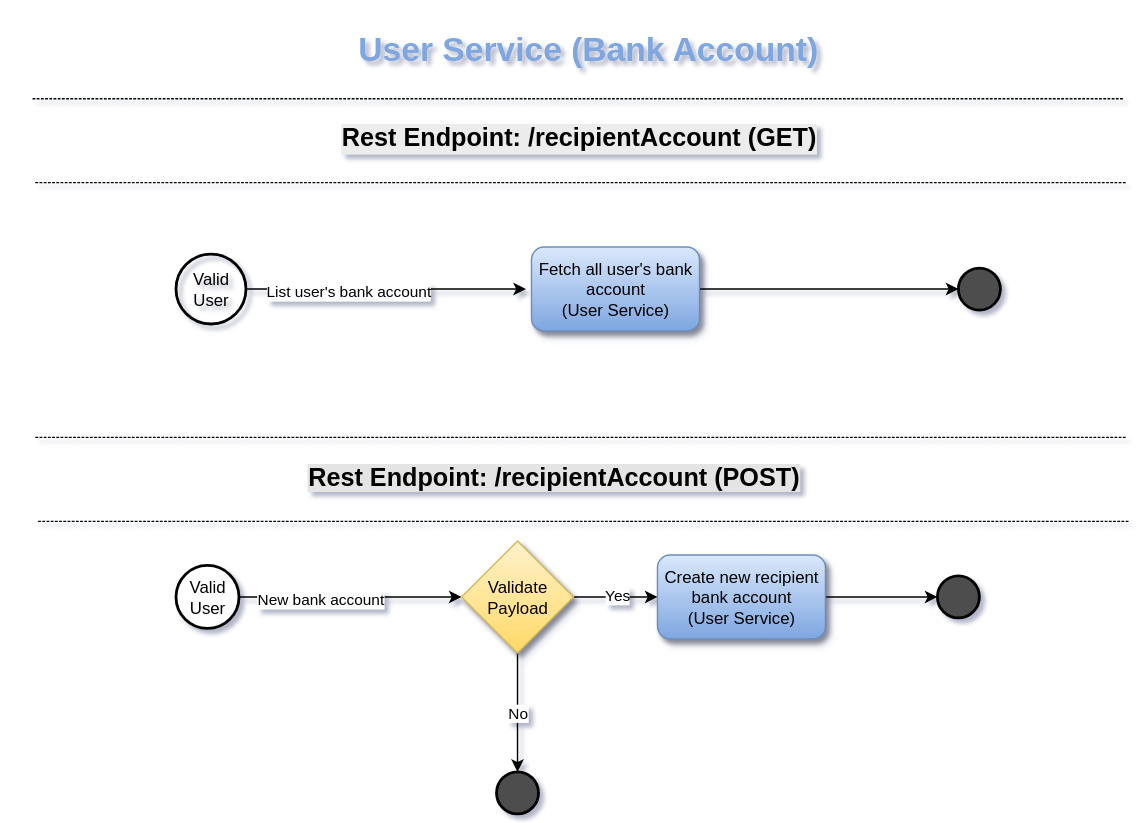
sabrinamidori/wallet keeps this draw.io diagram as docs/ontop_assessment-Recipient Account FlowChart.drawio.svg. Above is the earlier version. Source tidied: cells renumbered, new cells last; positions are measured from the earlier drawing's top-left corner, leaving out a move shared by most shapes. Its diagram source:
```xml
<mxGraphModel>
  <root>
    <mxCell id="0" />
    <mxCell id="1" parent="0" />
    <mxCell id="2" style="edgeStyle=orthogonalEdgeStyle;rounded=0;jettySize=auto;html=1;exitX=1;exitY=0.5;exitDx=0;exitDy=0;exitPerimeter=0;entryX=0;entryY=0.5;entryDx=0;entryDy=0;" parent="1" edge="1" source="4" target="10">
      <mxGeometry relative="1" as="geometry" />
    </mxCell>
    <mxCell id="3" value="New bank account" style="edgeLabel;html=1;align=center;verticalAlign=middle;" parent="2" vertex="1">
      <mxGeometry x="-0.29" y="-1" relative="1" as="geometry" />
    </mxCell>
    <mxCell id="4" value="Valid User" style="strokeWidth=2;html=1;shape=mxgraph.flowchart.start_2;whiteSpace=wrap;" parent="1" vertex="1">
      <mxGeometry x="125" y="403.5" width="45" height="45" as="geometry" />
    </mxCell>
    <mxCell id="5" style="edgeStyle=orthogonalEdgeStyle;rounded=0;jettySize=auto;html=1;exitX=1;exitY=0.5;exitDx=0;exitDy=0;entryX=0;entryY=0.5;entryDx=0;entryDy=0;" parent="1" edge="1" source="6">
      <mxGeometry relative="1" as="geometry">
        <mxPoint x="669" y="426" as="targetPoint" />
      </mxGeometry>
    </mxCell>
    <mxCell id="6" value="Create new recipient bank account&lt;br&gt;(User Service)" style="rounded=1;whiteSpace=wrap;html=1;shadow=1;fillColor=#dae8fc;gradientColor=#7ea6e0;strokeColor=#6c8ebf;" parent="1" vertex="1">
      <mxGeometry x="469" y="396" width="120" height="60" as="geometry" />
    </mxCell>
    <mxCell id="7" style="edgeStyle=orthogonalEdgeStyle;rounded=0;jettySize=auto;html=1;exitX=1;exitY=0.5;exitDx=0;exitDy=0;entryX=0;entryY=0.5;entryDx=0;entryDy=0;" parent="1" edge="1" source="10" target="6">
      <mxGeometry relative="1" as="geometry" />
    </mxCell>
    <mxCell id="8" value="Yes" style="edgeLabel;html=1;align=center;verticalAlign=middle;" parent="7" vertex="1">
      <mxGeometry y="2" relative="1" as="geometry" />
    </mxCell>
    <mxCell id="9" value="No" style="edgeStyle=orthogonalEdgeStyle;rounded=0;jettySize=auto;html=1;exitX=0.5;exitY=1;exitDx=0;exitDy=0;entryX=0.5;entryY=0;entryDx=0;entryDy=0;entryPerimeter=0;" parent="1" edge="1" source="10" target="11">
      <mxGeometry relative="1" as="geometry" />
    </mxCell>
    <mxCell id="10" value="Validate Payload" style="rhombus;whiteSpace=wrap;html=1;fillColor=#fff2cc;gradientColor=#ffd966;strokeColor=#d6b656;shadow=1;" parent="1" vertex="1">
      <mxGeometry x="329" y="386" width="80" height="80" as="geometry" />
    </mxCell>
    <mxCell id="11" style="strokeWidth=2;html=1;shape=mxgraph.flowchart.start_2;whiteSpace=wrap;fillColor=#4D4D4D;" parent="1" vertex="1">
      <mxGeometry x="354" y="551" width="30" height="30" as="geometry" />
    </mxCell>
    <mxCell id="12" style="strokeWidth=2;html=1;shape=mxgraph.flowchart.start_2;whiteSpace=wrap;fillColor=#4D4D4D;" parent="1" vertex="1">
      <mxGeometry x="669" y="411" width="30" height="30" as="geometry" />
    </mxCell>
    <mxCell id="13" value="&lt;h2&gt;&lt;b style=&quot;background-color: rgb(228, 228, 228);&quot;&gt;Rest Endpoint: /recipientAccount (POST)&lt;/b&gt;&lt;/h2&gt;" style="text;html=1;align=center;verticalAlign=middle;whiteSpace=wrap;rounded=0;" parent="1" vertex="1">
      <mxGeometry y="326" width="790" height="30" as="geometry" />
    </mxCell>
    <mxCell id="14" style="edgeStyle=orthogonalEdgeStyle;rounded=0;jettySize=auto;html=1;exitX=1;exitY=0.5;exitDx=0;exitDy=0;exitPerimeter=0;" parent="1" edge="1" source="16">
      <mxGeometry relative="1" as="geometry">
        <mxPoint x="375" y="206" as="targetPoint" />
      </mxGeometry>
    </mxCell>
    <mxCell id="15" value="List user's bank account" style="edgeLabel;html=1;align=center;verticalAlign=middle;" parent="14" vertex="1">
      <mxGeometry x="-0.29" y="-1" relative="1" as="geometry" />
    </mxCell>
    <mxCell id="16" value="Valid User" style="strokeWidth=2;html=1;shape=mxgraph.flowchart.start_2;whiteSpace=wrap;fillColor=none;" parent="1" vertex="1">
      <mxGeometry x="125" y="181" width="50" height="50" as="geometry" />
    </mxCell>
    <mxCell id="17" style="edgeStyle=orthogonalEdgeStyle;rounded=0;jettySize=auto;html=1;exitX=1;exitY=0.5;exitDx=0;exitDy=0;entryX=0;entryY=0.5;entryDx=0;entryDy=0;" parent="1" edge="1" source="18">
      <mxGeometry relative="1" as="geometry">
        <mxPoint x="684" y="206" as="targetPoint" />
      </mxGeometry>
    </mxCell>
    <mxCell id="18" value="Fetch all user's bank account&lt;br&gt;(User Service)" style="rounded=1;whiteSpace=wrap;html=1;shadow=1;fillColor=#dae8fc;gradientColor=#7ea6e0;strokeColor=#6c8ebf;" parent="1" vertex="1">
      <mxGeometry x="379" y="176" width="120" height="60" as="geometry" />
    </mxCell>
    <mxCell id="19" style="strokeWidth=2;html=1;shape=mxgraph.flowchart.start_2;whiteSpace=wrap;fillColor=#4D4D4D;" parent="1" vertex="1">
      <mxGeometry x="684" y="191" width="30" height="30" as="geometry" />
    </mxCell>
    <mxCell id="20" value="&lt;h2 style=&quot;forced-color-adjust: none; color: rgb(0, 0, 0); font-family: Helvetica; font-style: normal; font-variant-ligatures: normal; font-variant-caps: normal; letter-spacing: normal; orphans: 2; text-indent: 0px; text-transform: none; widows: 2; word-spacing: 0px; -webkit-text-stroke-width: 0px; white-space: normal; background-color: rgb(236, 236, 236); text-decoration-thickness: initial; text-decoration-style: initial; text-decoration-color: initial;&quot;&gt;&lt;b style=&quot;forced-color-adjust: none;&quot;&gt;Rest Endpoint: /recipientAccount (GET)&lt;/b&gt;&lt;/h2&gt;" style="text;whiteSpace=wrap;html=1;align=center;" parent="1" vertex="1">
      <mxGeometry x="13" y="66" width="800" height="70" as="geometry" />
    </mxCell>
    <mxCell id="21" value="&lt;h1&gt;User Service (Bank Account)&lt;/h1&gt;" style="text;html=1;align=center;verticalAlign=middle;strokeColor=none;fillColor=none;fontColor=#7EA6E0;" parent="1" vertex="1">
      <mxGeometry x="244" width="350" height="70" as="geometry" />
    </mxCell>
    <mxCell id="22" style="shape=partialRectangle;whiteSpace=wrap;html=1;left=0;right=0;fillColor=none;dashed=1;dashPattern=1 2;" parent="1" vertex="1">
      <mxGeometry x="25" y="312" width="780" height="60" as="geometry" />
    </mxCell>
    <mxCell id="23" style="shape=partialRectangle;whiteSpace=wrap;html=1;left=0;right=0;fillColor=none;dashed=1;dashPattern=1 2;" parent="1" vertex="1">
      <mxGeometry x="23" y="70" width="780" height="60" as="geometry" />
    </mxCell>
  </root>
</mxGraphModel>
```
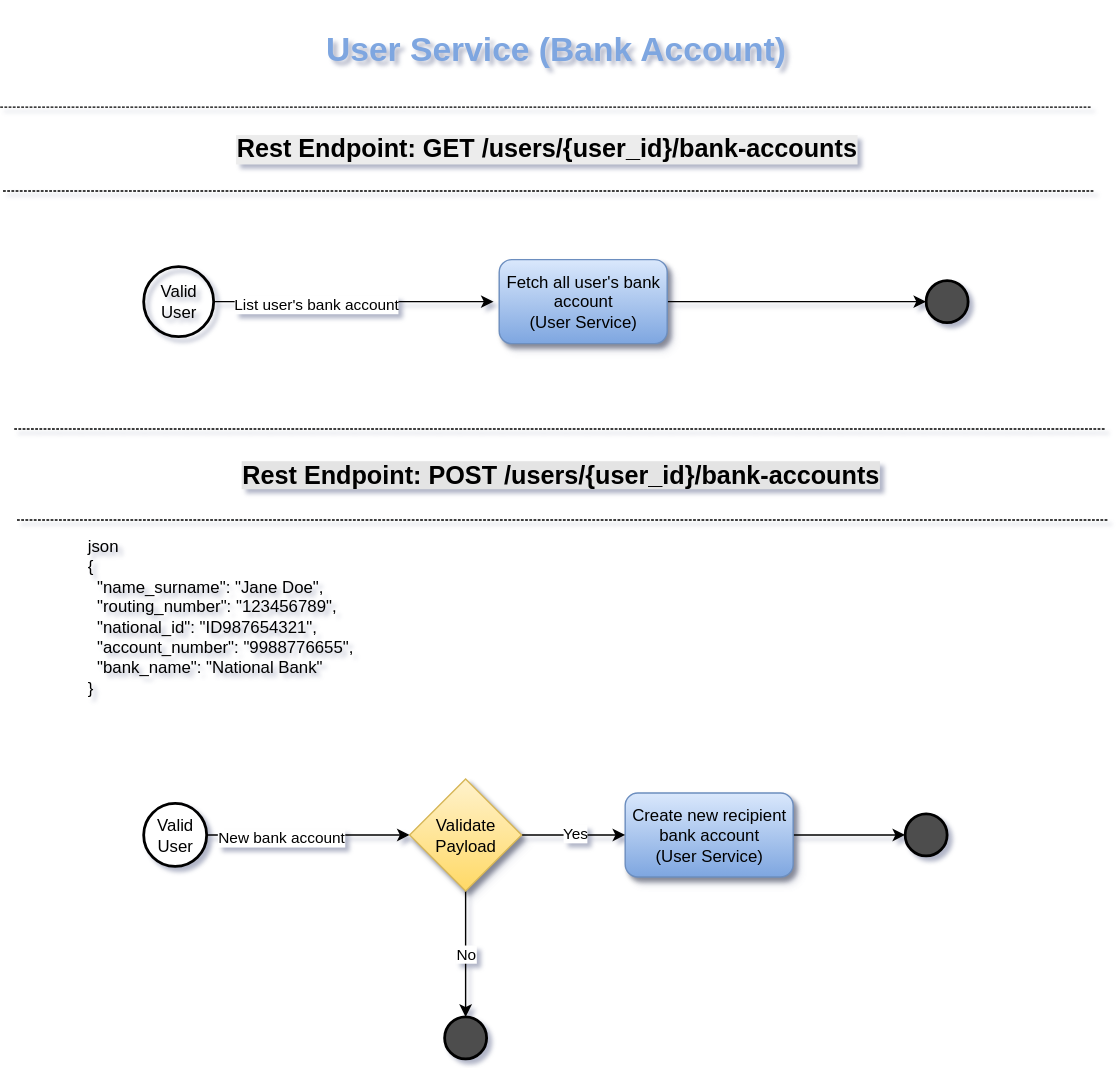
The same diagram one commit later.

The edit, as a diff of the source:
```diff
@@ -9,15 +9,15 @@
       <mxGeometry x="-0.29" y="-1" relative="1" as="geometry" />
     </mxCell>
     <mxCell id="4" value="Valid User" style="strokeWidth=2;html=1;shape=mxgraph.flowchart.start_2;whiteSpace=wrap;" parent="1" vertex="1">
-      <mxGeometry x="125" y="403.5" width="45" height="45" as="geometry" />
+      <mxGeometry x="125" y="233.5" width="45" height="45" as="geometry" />
     </mxCell>
     <mxCell id="5" style="edgeStyle=orthogonalEdgeStyle;rounded=0;jettySize=auto;html=1;exitX=1;exitY=0.5;exitDx=0;exitDy=0;entryX=0;entryY=0.5;entryDx=0;entryDy=0;" parent="1" edge="1" source="6">
       <mxGeometry relative="1" as="geometry">
-        <mxPoint x="669" y="426" as="targetPoint" />
+        <mxPoint x="669" y="256" as="targetPoint" />
       </mxGeometry>
     </mxCell>
     <mxCell id="6" value="Create new recipient bank account&lt;br&gt;(User Service)" style="rounded=1;whiteSpace=wrap;html=1;shadow=1;fillColor=#dae8fc;gradientColor=#7ea6e0;strokeColor=#6c8ebf;" parent="1" vertex="1">
-      <mxGeometry x="469" y="396" width="120" height="60" as="geometry" />
+      <mxGeometry x="469" y="226" width="120" height="60" as="geometry" />
     </mxCell>
     <mxCell id="7" style="edgeStyle=orthogonalEdgeStyle;rounded=0;jettySize=auto;html=1;exitX=1;exitY=0.5;exitDx=0;exitDy=0;entryX=0;entryY=0.5;entryDx=0;entryDy=0;" parent="1" edge="1" source="10" target="6">
       <mxGeometry relative="1" as="geometry" />
@@ -29,50 +29,47 @@
       <mxGeometry relative="1" as="geometry" />
     </mxCell>
     <mxCell id="10" value="Validate Payload" style="rhombus;whiteSpace=wrap;html=1;fillColor=#fff2cc;gradientColor=#ffd966;strokeColor=#d6b656;shadow=1;" parent="1" vertex="1">
-      <mxGeometry x="329" y="386" width="80" height="80" as="geometry" />
+      <mxGeometry x="315" y="216" width="80" height="80" as="geometry" />
     </mxCell>
     <mxCell id="11" style="strokeWidth=2;html=1;shape=mxgraph.flowchart.start_2;whiteSpace=wrap;fillColor=#4D4D4D;" parent="1" vertex="1">
-      <mxGeometry x="354" y="551" width="30" height="30" as="geometry" />
+      <mxGeometry x="340" y="386" width="30" height="30" as="geometry" />
     </mxCell>
     <mxCell id="12" style="strokeWidth=2;html=1;shape=mxgraph.flowchart.start_2;whiteSpace=wrap;fillColor=#4D4D4D;" parent="1" vertex="1">
-      <mxGeometry x="669" y="411" width="30" height="30" as="geometry" />
+      <mxGeometry x="669" y="241" width="30" height="30" as="geometry" />
     </mxCell>
-    <mxCell id="13" value="&lt;h2&gt;&lt;b style=&quot;background-color: rgb(228, 228, 228);&quot;&gt;Rest Endpoint: /recipientAccount (POST)&lt;/b&gt;&lt;/h2&gt;" style="text;html=1;align=center;verticalAlign=middle;whiteSpace=wrap;rounded=0;" parent="1" vertex="1">
-      <mxGeometry y="326" width="790" height="30" as="geometry" />
-    </mxCell>
     <mxCell id="14" style="edgeStyle=orthogonalEdgeStyle;rounded=0;jettySize=auto;html=1;exitX=1;exitY=0.5;exitDx=0;exitDy=0;exitPerimeter=0;" parent="1" edge="1" source="16">
       <mxGeometry relative="1" as="geometry">
-        <mxPoint x="375" y="206" as="targetPoint" />
+        <mxPoint x="375" y="-125" as="targetPoint" />
       </mxGeometry>
     </mxCell>
     <mxCell id="15" value="List user's bank account" style="edgeLabel;html=1;align=center;verticalAlign=middle;" parent="14" vertex="1">
       <mxGeometry x="-0.29" y="-1" relative="1" as="geometry" />
     </mxCell>
     <mxCell id="16" value="Valid User" style="strokeWidth=2;html=1;shape=mxgraph.flowchart.start_2;whiteSpace=wrap;fillColor=none;" parent="1" vertex="1">
-      <mxGeometry x="125" y="181" width="50" height="50" as="geometry" />
+      <mxGeometry x="125" y="-150" width="50" height="50" as="geometry" />
     </mxCell>
     <mxCell id="17" style="edgeStyle=orthogonalEdgeStyle;rounded=0;jettySize=auto;html=1;exitX=1;exitY=0.5;exitDx=0;exitDy=0;entryX=0;entryY=0.5;entryDx=0;entryDy=0;" parent="1" edge="1" source="18">
       <mxGeometry relative="1" as="geometry">
-        <mxPoint x="684" y="206" as="targetPoint" />
+        <mxPoint x="684" y="-125" as="targetPoint" />
       </mxGeometry>
     </mxCell>
     <mxCell id="18" value="Fetch all user's bank account&lt;br&gt;(User Service)" style="rounded=1;whiteSpace=wrap;html=1;shadow=1;fillColor=#dae8fc;gradientColor=#7ea6e0;strokeColor=#6c8ebf;" parent="1" vertex="1">
-      <mxGeometry x="379" y="176" width="120" height="60" as="geometry" />
+      <mxGeometry x="379" y="-155" width="120" height="60" as="geometry" />
     </mxCell>
     <mxCell id="19" style="strokeWidth=2;html=1;shape=mxgraph.flowchart.start_2;whiteSpace=wrap;fillColor=#4D4D4D;" parent="1" vertex="1">
-      <mxGeometry x="684" y="191" width="30" height="30" as="geometry" />
+      <mxGeometry x="684" y="-140" width="30" height="30" as="geometry" />
     </mxCell>
-    <mxCell id="20" value="&lt;h2 style=&quot;forced-color-adjust: none; color: rgb(0, 0, 0); font-family: Helvetica; font-style: normal; font-variant-ligatures: normal; font-variant-caps: normal; letter-spacing: normal; orphans: 2; text-indent: 0px; text-transform: none; widows: 2; word-spacing: 0px; -webkit-text-stroke-width: 0px; white-space: normal; background-color: rgb(236, 236, 236); text-decoration-thickness: initial; text-decoration-style: initial; text-decoration-color: initial;&quot;&gt;&lt;b style=&quot;forced-color-adjust: none;&quot;&gt;Rest Endpoint: /recipientAccount (GET)&lt;/b&gt;&lt;/h2&gt;" style="text;whiteSpace=wrap;html=1;align=center;" parent="1" vertex="1">
-      <mxGeometry x="13" y="66" width="800" height="70" as="geometry" />
-    </mxCell>
     <mxCell id="21" value="&lt;h1&gt;User Service (Bank Account)&lt;/h1&gt;" style="text;html=1;align=center;verticalAlign=middle;strokeColor=none;fillColor=none;fontColor=#7EA6E0;" parent="1" vertex="1">
-      <mxGeometry x="244" width="350" height="70" as="geometry" />
+      <mxGeometry x="244" y="-340" width="350" height="70" as="geometry" />
     </mxCell>
-    <mxCell id="22" style="shape=partialRectangle;whiteSpace=wrap;html=1;left=0;right=0;fillColor=none;dashed=1;dashPattern=1 2;" parent="1" vertex="1">
-      <mxGeometry x="25" y="312" width="780" height="60" as="geometry" />
+    <mxCell id="22" value="&lt;h2&gt;&lt;b style=&quot;background-color: rgb(228, 228, 228);&quot;&gt;Rest Endpoint: POST /users/{user_id}/bank-accounts&lt;/b&gt;&lt;/h2&gt;" style="shape=partialRectangle;whiteSpace=wrap;html=1;left=0;right=0;fillColor=none;dashed=1;dashPattern=1 2;" parent="1" vertex="1">
+      <mxGeometry x="33" y="-34" width="780" height="65" as="geometry" />
     </mxCell>
-    <mxCell id="23" style="shape=partialRectangle;whiteSpace=wrap;html=1;left=0;right=0;fillColor=none;dashed=1;dashPattern=1 2;" parent="1" vertex="1">
-      <mxGeometry x="23" y="70" width="780" height="60" as="geometry" />
+    <mxCell id="23" value="&lt;h2 style=&quot;color: rgb(0, 0, 0); background-color: rgb(236, 236, 236);&quot;&gt;&lt;b&gt;Rest Endpoint: GET /users/{user_id}/bank-accounts&lt;/b&gt;&lt;/h2&gt;" style="shape=partialRectangle;whiteSpace=wrap;html=1;left=0;right=0;fillColor=none;dashed=1;dashPattern=1 2;" parent="1" vertex="1">
+      <mxGeometry x="23" y="-264" width="780" height="60" as="geometry" />
     </mxCell>
+    <mxCell id="24" value="&lt;blockquote style=&quot;margin-top: 0px;&quot;&gt;json&lt;br&gt;{&lt;br&gt;&amp;nbsp; &quot;name_surname&quot;: &quot;Jane Doe&quot;,&lt;br&gt;&amp;nbsp; &quot;routing_number&quot;: &quot;123456789&quot;,&lt;br&gt;&amp;nbsp; &quot;national_id&quot;: &quot;ID987654321&quot;,&lt;br&gt;&amp;nbsp; &quot;account_number&quot;: &quot;9988776655&quot;,&lt;br&gt;&amp;nbsp; &quot;bank_name&quot;: &quot;National Bank&quot;&lt;br&gt;}&lt;/blockquote&gt;&lt;div&gt;&lt;br&gt;&lt;/div&gt;" style="text;html=1;whiteSpace=wrap;overflow=hidden;rounded=0;" parent="1" vertex="1">
+      <mxGeometry x="43" y="36" width="770" height="130" as="geometry" />
+    </mxCell>
   </root>
 </mxGraphModel>
```
